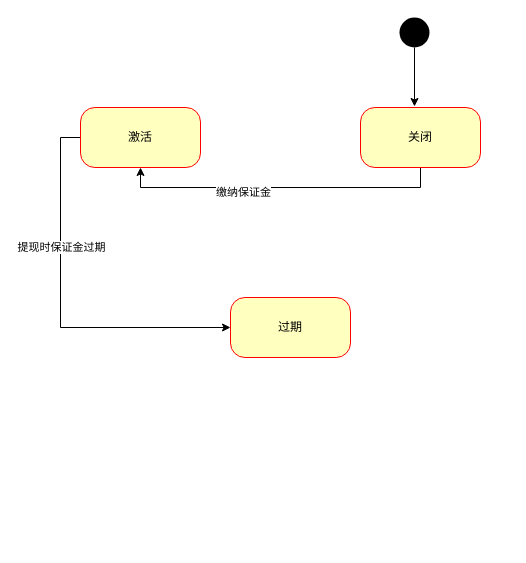
Above: Untitled Diagram.drawio in jobop/advanced-java (draw.io), before the change. Source tidied: cells renumbered, new cells numbered last; positions are measured from the earlier drawing's top-left corner, leaving out a move shared by most shapes. Both pictures are drawn from the tidied source at 100%, with x=0, y=0 at pixel (80, 17).
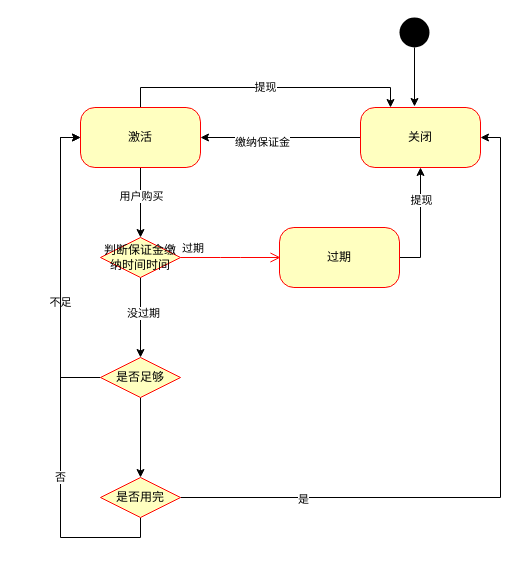
After the change.

Unchanged cells that the change refers to:
```xml
<mxCell id="4" value="激活" style="rounded=1;whiteSpace=wrap;html=1;arcSize=24;fillColor=#ffffc0;strokeColor=#ff0000;shadow=0;comic=0;labelBackgroundColor=none;fontFamily=Verdana;fontSize=12;fontColor=#000000;align=center;" parent="1" vertex="1">
  <mxGeometry y="90" width="120" height="60" as="geometry" />
</mxCell>
<mxCell id="7" value="关闭" style="rounded=1;whiteSpace=wrap;html=1;arcSize=24;fillColor=#ffffc0;strokeColor=#ff0000;shadow=0;comic=0;labelBackgroundColor=none;fontFamily=Verdana;fontSize=12;fontColor=#000000;align=center;" parent="1" vertex="1">
  <mxGeometry x="280" y="90" width="120" height="60" as="geometry" />
</mxCell>
```

What changed in the source:
```diff
@@
-    <mxCell id="2" style="edgeStyle=orthogonalEdgeStyle;rounded=0;jettySize=auto;html=1;exitX=0;exitY=0.5;exitDx=0;exitDy=0;entryX=0;entryY=0.5;entryDx=0;entryDy=0;" parent="1" edge="1" source="4" target="10">
-      <mxGeometry relative="1" as="geometry" />
-    </mxCell>
-    <mxCell id="3" value="提现时保证金过期" style="edgeLabel;html=1;align=center;verticalAlign=middle;" parent="2" vertex="1">
-      <mxGeometry x="-0.32" relative="1" as="geometry" />
-    </mxCell>
+    <mxCell id="11" style="edgeStyle=orthogonalEdgeStyle;rounded=0;jettySize=auto;html=1;exitX=0.5;exitY=1;exitDx=0;exitDy=0;entryX=0.5;entryY=0;entryDx=0;entryDy=0;" parent="1" edge="1" source="4" target="18">
+      <mxGeometry relative="1" as="geometry" />
+    </mxCell>
+    <mxCell id="12" value="用户购买" style="edgeLabel;html=1;align=center;verticalAlign=middle;" parent="11" vertex="1">
+      <mxGeometry x="-0.2" relative="1" as="geometry" />
+    </mxCell>
+    <mxCell id="13" value="提现" style="edgeStyle=orthogonalEdgeStyle;rounded=0;jettySize=auto;html=1;exitX=0.5;exitY=0;exitDx=0;exitDy=0;entryX=0.25;entryY=0;entryDx=0;entryDy=0;" parent="1" edge="1" source="4" target="7">
+      <mxGeometry relative="1" as="geometry" />
+    </mxCell>
@@
-    <mxCell id="5" style="edgeStyle=orthogonalEdgeStyle;rounded=0;jettySize=auto;html=1;exitX=0.5;exitY=1;exitDx=0;exitDy=0;entryX=0.5;entryY=1;entryDx=0;entryDy=0;" parent="1" edge="1" source="7" target="4">
+    <mxCell id="5" style="edgeStyle=orthogonalEdgeStyle;rounded=0;jettySize=auto;html=1;exitX=0;exitY=0.5;exitDx=0;exitDy=0;entryX=1;entryY=0.5;entryDx=0;entryDy=0;" parent="1" edge="1" source="7" target="4">
       <mxGeometry relative="1" as="geometry" />
     </mxCell>
@@
+    <mxCell id="14" style="edgeStyle=orthogonalEdgeStyle;rounded=0;jettySize=auto;html=1;exitX=1;exitY=0.5;exitDx=0;exitDy=0;entryX=0.5;entryY=1;entryDx=0;entryDy=0;" parent="1" edge="1" source="10" target="7">
+      <mxGeometry relative="1" as="geometry" />
+    </mxCell>
+    <mxCell id="15" value="提现" style="edgeLabel;html=1;align=center;verticalAlign=middle;" parent="14" vertex="1">
+      <mxGeometry x="0.42" relative="1" as="geometry" />
+    </mxCell>
     <mxCell id="10" value="过期" style="rounded=1;whiteSpace=wrap;html=1;arcSize=24;fillColor=#ffffc0;strokeColor=#ff0000;shadow=0;comic=0;labelBackgroundColor=none;fontFamily=Verdana;fontSize=12;fontColor=#000000;align=center;" parent="1" vertex="1">
-      <mxGeometry x="150" y="280" width="120" height="60" as="geometry" />
+      <mxGeometry x="199" y="210" width="120" height="60" as="geometry" />
     </mxCell>
+    <mxCell id="16" style="edgeStyle=orthogonalEdgeStyle;rounded=0;jettySize=auto;html=1;" parent="1" edge="1" source="18" target="23">
+      <mxGeometry relative="1" as="geometry" />
+    </mxCell>
+    <mxCell id="17" value="没过期" style="edgeLabel;html=1;align=center;verticalAlign=middle;" parent="16" vertex="1">
+      <mxGeometry x="-0.12" y="2" relative="1" as="geometry" />
+    </mxCell>
+    <mxCell id="18" value="判断保证金缴纳时间时间" style="rhombus;whiteSpace=wrap;html=1;fillColor=#ffffc0;strokeColor=#ff0000;" parent="1" vertex="1">
+      <mxGeometry x="20" y="220" width="80" height="40" as="geometry" />
+    </mxCell>
+    <mxCell id="19" value="过期" style="edgeStyle=orthogonalEdgeStyle;html=1;align=left;verticalAlign=bottom;endArrow=open;endSize=8;strokeColor=#ff0000;exitX=1;exitY=0.5;exitDx=0;exitDy=0;" parent="1" edge="1" source="18">
+      <mxGeometry x="-1" relative="1" as="geometry">
+        <mxPoint x="200" y="240" as="targetPoint" />
+      </mxGeometry>
+    </mxCell>
+    <mxCell id="20" style="edgeStyle=orthogonalEdgeStyle;rounded=0;jettySize=auto;html=1;exitX=0;exitY=0.5;exitDx=0;exitDy=0;entryX=0;entryY=0.5;entryDx=0;entryDy=0;" parent="1" edge="1" source="23" target="4">
+      <mxGeometry relative="1" as="geometry" />
+    </mxCell>
+    <mxCell id="21" value="不足" style="edgeLabel;html=1;align=center;verticalAlign=middle;" parent="20" vertex="1">
+      <mxGeometry x="-0.23" y="1" relative="1" as="geometry" />
+    </mxCell>
+    <mxCell id="22" style="edgeStyle=orthogonalEdgeStyle;rounded=0;jettySize=auto;html=1;" parent="1" edge="1" source="23" target="28">
+      <mxGeometry relative="1" as="geometry" />
+    </mxCell>
+    <mxCell id="23" value="是否足够" style="rhombus;whiteSpace=wrap;html=1;fillColor=#ffffc0;strokeColor=#ff0000;" parent="1" vertex="1">
+      <mxGeometry x="20" y="340" width="80" height="40" as="geometry" />
+    </mxCell>
+    <mxCell id="24" style="edgeStyle=orthogonalEdgeStyle;rounded=0;jettySize=auto;html=1;exitX=1;exitY=0.5;exitDx=0;exitDy=0;entryX=1;entryY=0.5;entryDx=0;entryDy=0;" parent="1" edge="1" source="28" target="7">
+      <mxGeometry relative="1" as="geometry" />
+    </mxCell>
+    <mxCell id="25" value="是" style="edgeLabel;html=1;align=center;verticalAlign=middle;" parent="24" vertex="1">
+      <mxGeometry x="-0.65" y="-1" relative="1" as="geometry" />
+    </mxCell>
+    <mxCell id="26" style="edgeStyle=orthogonalEdgeStyle;rounded=0;jettySize=auto;html=1;exitX=0.5;exitY=1;exitDx=0;exitDy=0;entryX=0;entryY=0.5;entryDx=0;entryDy=0;" parent="1" edge="1" source="28" target="4">
+      <mxGeometry relative="1" as="geometry" />
+    </mxCell>
+    <mxCell id="27" value="否" style="edgeLabel;html=1;align=center;verticalAlign=middle;" parent="26" vertex="1">
+      <mxGeometry x="-0.38" y="1" relative="1" as="geometry" />
+    </mxCell>
+    <mxCell id="28" value="是否用完" style="rhombus;whiteSpace=wrap;html=1;fillColor=#ffffc0;strokeColor=#ff0000;" parent="1" vertex="1">
+      <mxGeometry x="20" y="460" width="80" height="40" as="geometry" />
+    </mxCell>
```
